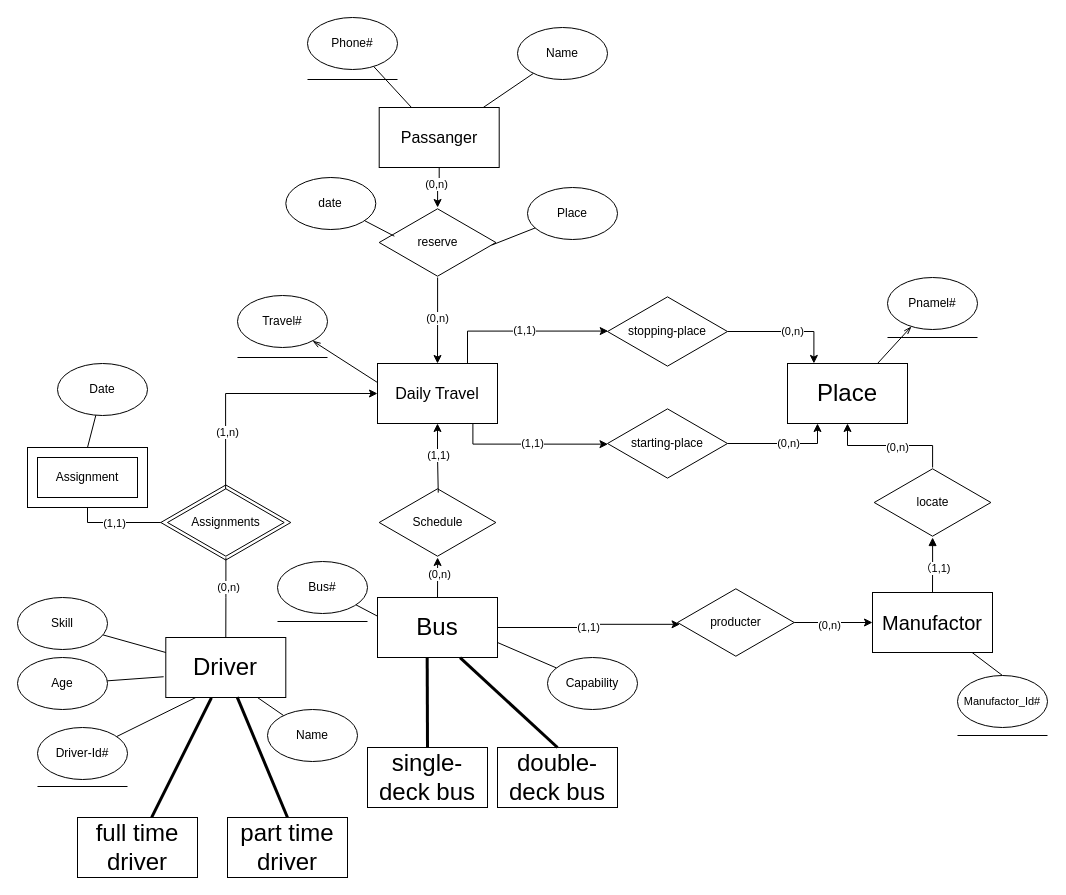
Before: page "QB_1" (2 of 3) of databasemgrCourse/assignment1.drawio in turswiming/drawio_file, a draw.io diagram. Source tidied: cells renumbered, new cells numbered last; positions are measured from the earlier drawing's top-left corner, leaving out a move shared by most shapes. Both pictures are drawn from the tidied source at 100%, with x=0, y=0 at pixel (17, 17).
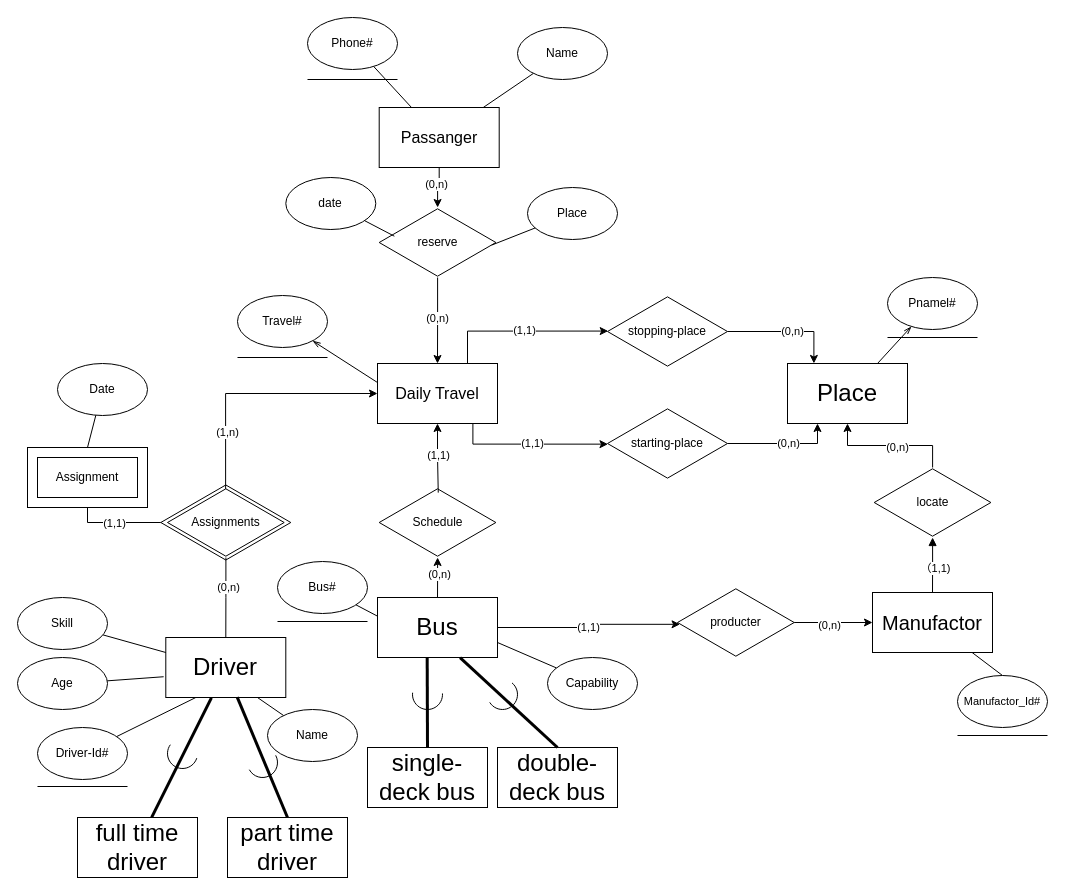
After the change.

The edit, as a diff of the source:
```diff
@@
+    <mxCell id="90" style="verticalLabelPosition=bottom;verticalAlign=top;html=1;shape=mxgraph.basic.arc;startAngle=0.3;endAngle=0.8493614271007563;" parent="1" vertex="1">
+      <mxGeometry x="150" y="721" width="30" height="30" as="geometry" />
+    </mxCell>
+    <mxCell id="91" style="verticalLabelPosition=bottom;verticalAlign=top;html=1;shape=mxgraph.basic.arc;startAngle=0.17113050160726945;endAngle=0.6702919322796015;" parent="1" vertex="1">
+      <mxGeometry x="230" y="730" width="30" height="30" as="geometry" />
+    </mxCell>
+    <mxCell id="92" style="verticalLabelPosition=bottom;verticalAlign=top;html=1;shape=mxgraph.basic.arc;startAngle=0.23904114936378454;endAngle=0.7690077039239749;" parent="1" vertex="1">
+      <mxGeometry x="395" y="662" width="30" height="30" as="geometry" />
+    </mxCell>
+    <mxCell id="93" style="verticalLabelPosition=bottom;verticalAlign=top;html=1;shape=mxgraph.basic.arc;startAngle=0.10913724128472323;endAngle=0.661982311978176;" parent="1" vertex="1">
+      <mxGeometry x="470" y="662" width="30" height="30" as="geometry" />
+    </mxCell>
```
